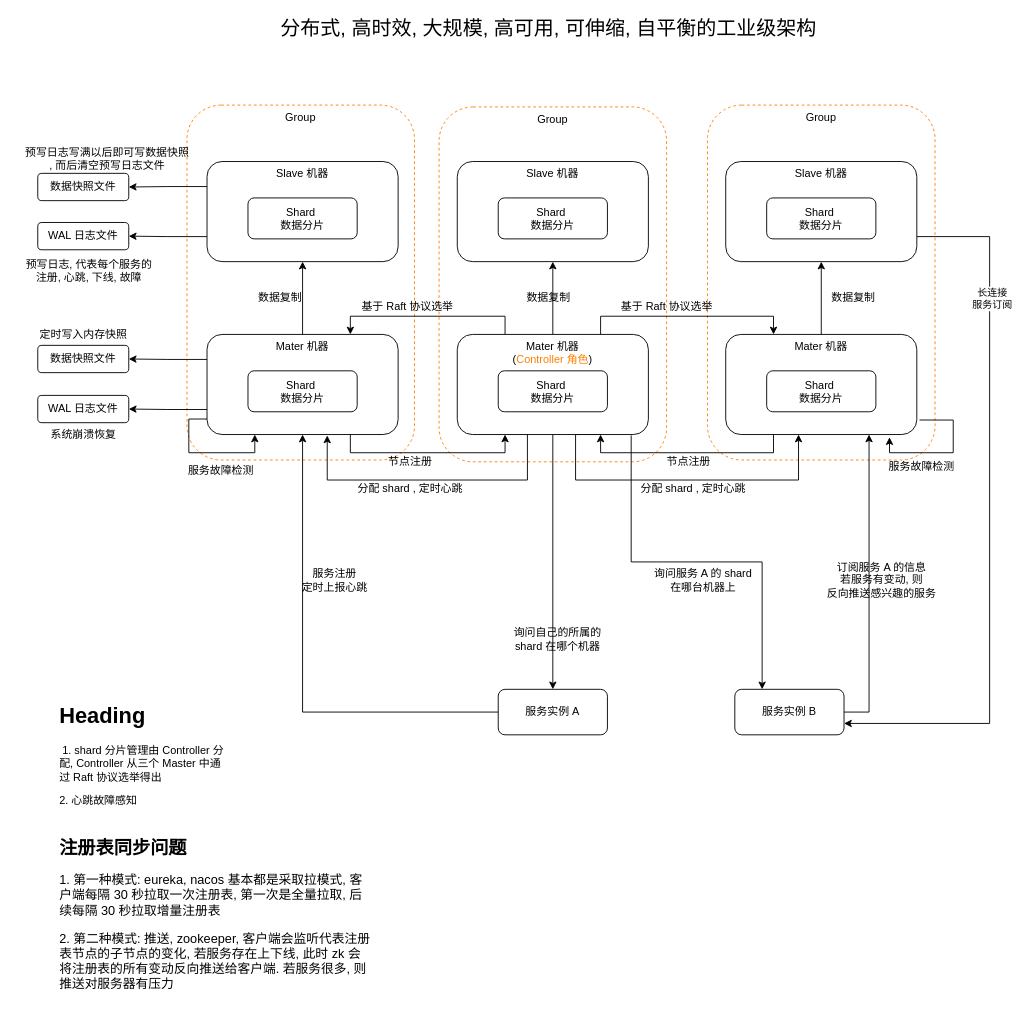
Before: page "高性能服务注册中心架构" (1 of 2) of doc/arch.drawio in linkypi/my-registry, a draw.io diagram. Source tidied: cells renumbered, new cells numbered last; positions are measured from the earlier drawing's top-left corner, leaving out a move shared by most shapes. Both pictures are drawn from the tidied source at 91%, with x=0, y=0 at pixel (15, 15).
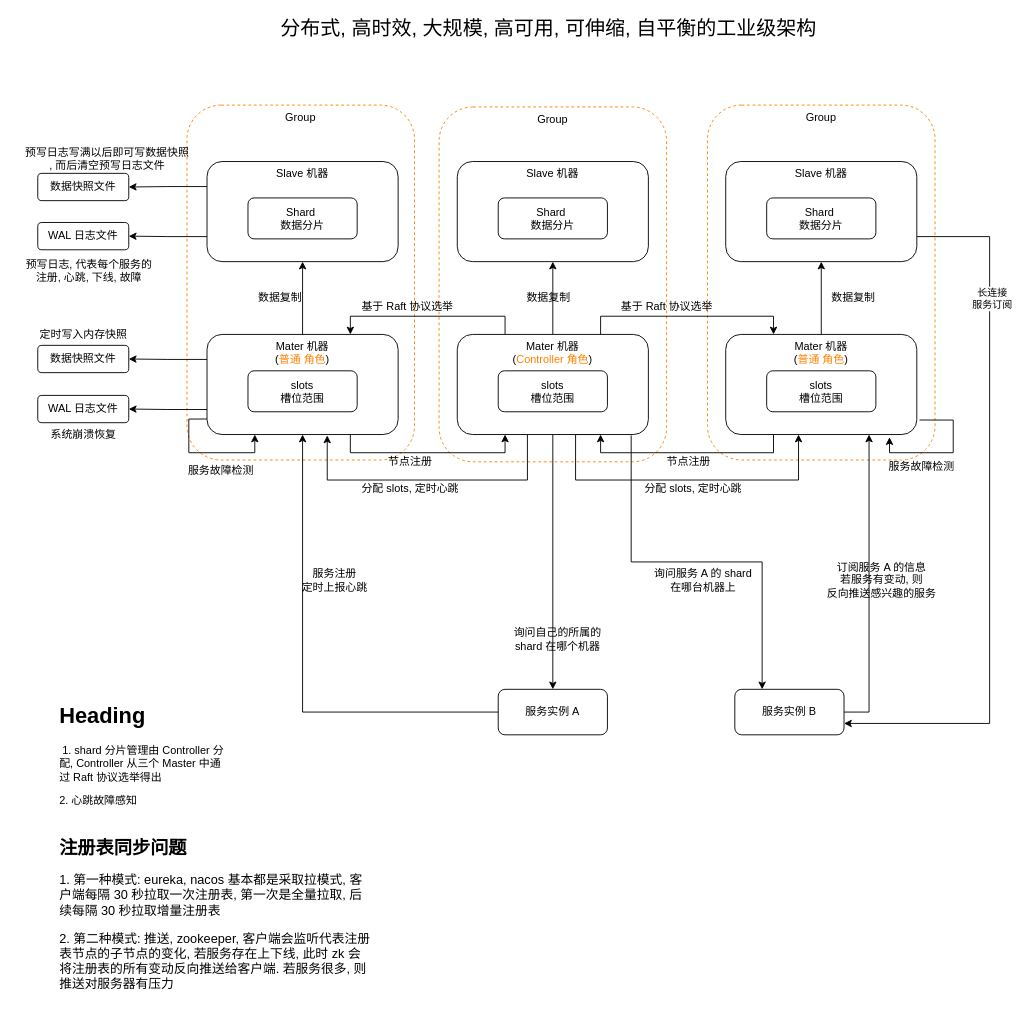
After the change.

Diff of the diagram source:
```diff
@@
-    <mxCell id="13" value="Mater 机器" style="rounded=1;whiteSpace=wrap;html=1;verticalAlign=top;" parent="1" vertex="1">
+    <mxCell id="13" value="Mater 机器&lt;br&gt;(&lt;font style=&quot;border-color: var(--border-color);&quot; color=&quot;#ff8000&quot;&gt;普通 角色&lt;/font&gt;)" style="rounded=1;whiteSpace=wrap;html=1;verticalAlign=top;" parent="1" vertex="1">
       <mxGeometry x="210" y="350" width="210" height="110" as="geometry" />
     </mxCell>
-    <mxCell id="14" value="Shard&amp;nbsp;&lt;br&gt;数据分片" style="rounded=1;whiteSpace=wrap;html=1;" parent="1" vertex="1">
+    <mxCell id="14" value="slots&lt;br&gt;槽位范围" style="rounded=1;whiteSpace=wrap;html=1;" parent="1" vertex="1">
       <mxGeometry x="255" y="390" width="120" height="45" as="geometry" />
     </mxCell>
@@
-    <mxCell id="26" value="Shard&amp;nbsp;&lt;br&gt;数据分片" style="rounded=1;whiteSpace=wrap;html=1;" parent="1" vertex="1">
+    <mxCell id="26" value="slots&lt;br style=&quot;border-color: var(--border-color);&quot;&gt;槽位范围" style="rounded=1;whiteSpace=wrap;html=1;" parent="1" vertex="1">
       <mxGeometry x="530" y="390" width="120" height="45" as="geometry" />
     </mxCell>
@@
-    <mxCell id="34" value="Mater 机器" style="rounded=1;whiteSpace=wrap;html=1;verticalAlign=top;" parent="1" vertex="1">
+    <mxCell id="34" value="Mater 机器&lt;br&gt;(&lt;font style=&quot;border-color: var(--border-color);&quot; color=&quot;#ff8000&quot;&gt;普通 角色&lt;/font&gt;)" style="rounded=1;whiteSpace=wrap;html=1;verticalAlign=top;" parent="1" vertex="1">
       <mxGeometry x="780" y="350" width="210" height="110" as="geometry" />
     </mxCell>
-    <mxCell id="35" value="Shard&amp;nbsp;&lt;br&gt;数据分片" style="rounded=1;whiteSpace=wrap;html=1;" parent="1" vertex="1">
+    <mxCell id="35" value="slots&lt;br style=&quot;border-color: var(--border-color);&quot;&gt;槽位范围" style="rounded=1;whiteSpace=wrap;html=1;" parent="1" vertex="1">
       <mxGeometry x="825" y="390" width="120" height="45" as="geometry" />
     </mxCell>
@@
-    <mxCell id="52" value="分配 shard , 定时心跳" style="text;html=1;align=center;verticalAlign=middle;" parent="1" vertex="1">
-      <mxGeometry x="368" y="510" width="130" height="20" as="geometry" />
+    <mxCell id="52" value="分配 slots, 定时心跳" style="text;html=1;align=center;verticalAlign=middle;" parent="1" vertex="1">
+      <mxGeometry x="368" y="505" width="130" height="30" as="geometry" />
     </mxCell>
-    <mxCell id="53" value="分配 shard , 定时心跳" style="text;html=1;align=center;verticalAlign=middle;" parent="1" vertex="1">
-      <mxGeometry x="679" y="510" width="130" height="20" as="geometry" />
+    <mxCell id="53" value="分配 slots, 定时心跳" style="text;html=1;align=center;verticalAlign=middle;" parent="1" vertex="1">
+      <mxGeometry x="679" y="505" width="130" height="30" as="geometry" />
     </mxCell>
```
